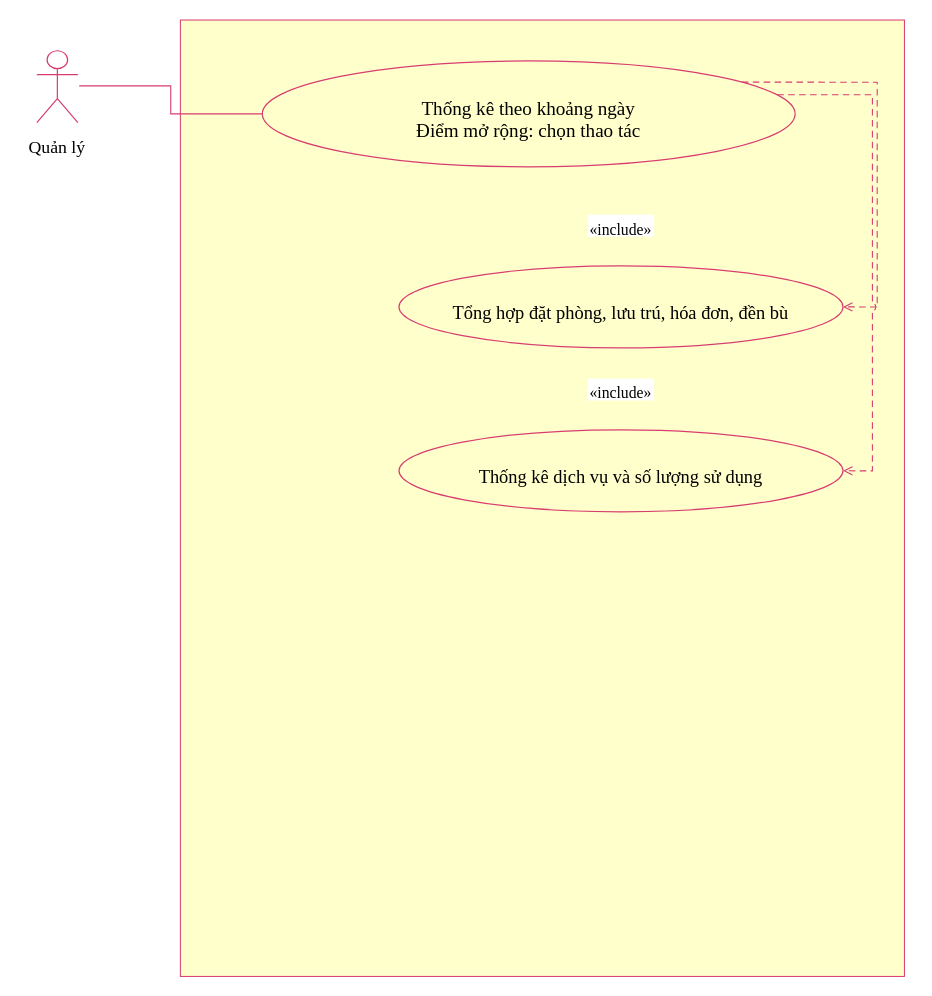
Earlier version of the draw.io diagram LAB3/UML/05_PhanRaThongKe.drawio (kanishere55/LAB_AT_OOSD). Source tidied: cells renumbered, new cells numbered last; positions are measured from the earlier drawing's top-left corner, leaving out a move shared by most shapes. Both pictures are drawn from the tidied source at 120%, with x=0, y=0 at pixel (26, 19).
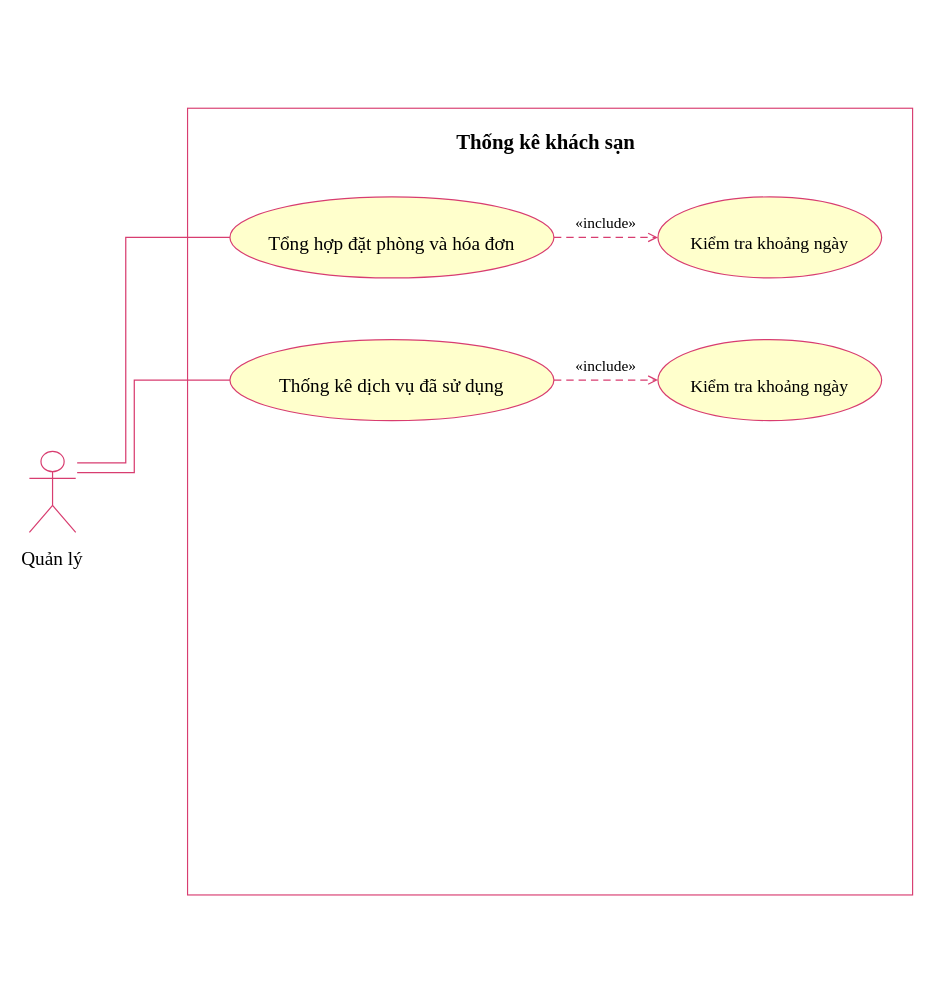
After the change.

Change to the diagram source:
```diff
@@
-    <mxCell id="2" style="group;html=0;" parent="1" vertex="1">
-      <mxGeometry x="7.1" y="25.2" width="36.4" height="59.8" as="geometry" />
-    </mxCell>
-    <mxCell id="3" style="shape=umlActor;fillColor=none;strokeColor=#d83d70;" parent="2" vertex="1">
-      <mxGeometry x="1.1" y="0.6" width="34.2" height="59.8" as="geometry" />
+    <mxCell id="3" style="rounded=0;arcSize=12;html=0;fillColor=none;strokeColor=#D83D70;strokeWidth=0.964;" parent="1" vertex="1">
+      <mxGeometry x="133.8" y="73.7" width="604.2" height="655.6" as="geometry" />
     </mxCell>
-    <mxCell id="4" value="Quản lý" style="text;html=0;strokeColor=none;fillColor=none;fontFamily=Times New Roman;fontColor=#000000;fontSize=14.801;fontStyle=0;align=center;verticalAlign=top;spacing=0;whiteSpace=nowrap;overflow=visible;" parent="2" vertex="1">
-      <mxGeometry x="-7.1" y="67.2" width="50.7" height="20.3" as="geometry" />
+    <mxCell id="4" value="Thống kê khách sạn" style="text;html=0;strokeColor=none;fillColor=none;fontFamily=Times New Roman;fontColor=#000000;fontSize=17.354;fontStyle=1;align=center;verticalAlign=top;spacing=0;whiteSpace=nowrap;overflow=visible;" parent="1" vertex="1">
+      <mxGeometry x="356.2" y="87.2" width="152.8" height="23.7" as="geometry" />
     </mxCell>
+    <mxCell id="2" style="group;html=0;" parent="1" vertex="1">
+      <mxGeometry x="0.7" y="359.1" width="41.1" height="67.5" as="geometry" />
+    </mxCell>
-    <mxCell id="5" style="rounded=0;arcSize=12;html=0;fillColor=#ffffcc;strokeColor=#d83d70;strokeWidth=0.854;" parent="1" vertex="1">
-      <mxGeometry x="127.8" y="0.2" width="603.4" height="797" as="geometry" />
+    <mxCell id="5" style="shape=umlActor;fillColor=none;strokeColor=#D83D70;" parent="2" vertex="1">
+      <mxGeometry x="1.3" y="0.6" width="38.6" height="67.5" as="geometry" />
     </mxCell>
-    <mxCell id="6" style="group;html=0;" parent="1" vertex="1">
-      <mxGeometry x="196.1" y="34.3" width="444" height="88.2" as="geometry" />
-    </mxCell>
-    <mxCell id="7" style="shape=ellipse;fillColor=#ffffcc;strokeColor=#d83d70;" parent="6" vertex="1">
-      <mxGeometry width="444" height="88.2" as="geometry" />
+    <mxCell id="7" value="Quản lý" style="text;html=0;strokeColor=none;fillColor=none;fontFamily=Times New Roman;fontColor=#000000;fontSize=16.069;fontStyle=0;align=center;verticalAlign=top;spacing=0;whiteSpace=nowrap;overflow=visible;" parent="2" vertex="1">
+      <mxGeometry x="-7" y="75.8" width="55.1" height="22.2" as="geometry" />
     </mxCell>
+    <mxCell id="10" style="group;html=0;" parent="1" vertex="1">
+      <mxGeometry x="169.1" y="147.6" width="270" height="67.5" as="geometry" />
+    </mxCell>
-    <mxCell id="8" value="Thống kê theo khoảng ngày&#10;Điểm mở rộng: chọn thao tác" style="text;html=0;strokeColor=none;fillColor=none;fontFamily=Times New Roman;fontColor=#000000;fontSize=15.940;fontStyle=0;align=center;verticalAlign=top;spacing=0;whiteSpace=nowrap;overflow=visible;" parent="6" vertex="1">
-      <mxGeometry x="126.9" y="25.3" width="190.3" height="40.5" as="geometry" />
+    <mxCell id="8" style="shape=ellipse;fillColor=#FFFFCC;strokeColor=#D83D70;" parent="10" vertex="1">
+      <mxGeometry width="270" height="67.5" as="geometry" />
     </mxCell>
-    <mxCell id="9" style="edgeStyle=none;noEdgeStyle=1;rounded=0;jumpStyle=arc;jumpSize=6;strokeColor=#d83d70;strokeWidth=0.911;endArrow=none;endFill=0;startArrow=none;startFill=1;exitX=1.0;exitY=0.5;exitPerimeter=0;entryX=0.0;entryY=0.5;entryPerimeter=0;" parent="1" edge="1" source="2" target="6">
-      <mxGeometry relative="1" as="geometry">
-        <Array as="points">
-          <mxPoint x="119.8" y="55.1" />
-          <mxPoint x="119.8" y="78.4" />
-        </Array>
-      </mxGeometry>
+    <mxCell id="9" value="Tổng hợp đặt phòng và hóa đơn" style="text;html=0;strokeColor=none;fillColor=none;fontFamily=Times New Roman;fontColor=#000000;fontSize=16.069;fontStyle=0;align=center;verticalAlign=top;spacing=0;whiteSpace=nowrap;overflow=visible;" parent="10" vertex="1">
+      <mxGeometry x="30.4" y="24.3" width="209.1" height="22.2" as="geometry" />
     </mxCell>
-    <mxCell id="10" style="group;html=0;" parent="1" vertex="1">
-      <mxGeometry x="310" y="205.1" width="370" height="68.3" as="geometry" />
-    </mxCell>
-    <mxCell id="11" style="shape=ellipse;fillColor=#ffffcc;strokeColor=#d83d70;" parent="10" vertex="1">
-      <mxGeometry width="370" height="68.3" as="geometry" />
+    <mxCell id="11" style="edgeStyle=none;noEdgeStyle=1;rounded=0;jumpStyle=arc;jumpSize=6;strokeColor=#D83D70;strokeWidth=1.028;endArrow=none;endFill=0;startArrow=none;startFill=1;" parent="1" edge="1">
+      <mxGeometry relative="1" as="geometry">
+        <mxPoint x="41.8" y="369.2" as="sourcePoint" />
+        <mxPoint x="169.1" y="181.4" as="targetPoint" />
+        <Array as="points">
+          <mxPoint x="82.3" y="369.2" />
+          <mxPoint x="82.3" y="181.4" />
+        </Array>
+      </mxGeometry>
     </mxCell>
+    <mxCell id="15" style="group;html=0;" parent="1" vertex="1">
+      <mxGeometry x="169.1" y="266.5" width="270" height="67.5" as="geometry" />
+    </mxCell>
-    <mxCell id="12" value="Tổng hợp đặt phòng, lưu trú, hóa đơn, đền bù" style="text;html=0;strokeColor=none;fillColor=none;fontFamily=Times New Roman;fontColor=#000000;fontSize=15.371;fontStyle=0;align=center;verticalAlign=top;spacing=0;whiteSpace=nowrap;overflow=visible;" parent="10" vertex="1">
-      <mxGeometry x="43.3" y="25.1" width="283.4" height="21" as="geometry" />
+    <mxCell id="12" style="shape=ellipse;fillColor=#FFFFCC;strokeColor=#D83D70;" parent="15" vertex="1">
+      <mxGeometry width="270" height="67.5" as="geometry" />
     </mxCell>
-    <mxCell id="13" style="edgeStyle=none;noEdgeStyle=1;rounded=0;jumpStyle=arc;jumpSize=6;strokeColor=#d83d70;strokeWidth=0.911;endArrow=open;endFill=0;startArrow=none;startFill=1;dashed=1;dashPattern=6 4;exitX=0.9;exitY=0.2;exitPerimeter=0;entryX=1.0;entryY=0.5;entryPerimeter=0;" parent="1" edge="1" source="6" target="10">
-      <mxGeometry relative="1" as="geometry">
-        <Array as="points">
-          <mxPoint x="708.5" y="52" />
-          <mxPoint x="708.5" y="239.3" />
-        </Array>
-      </mxGeometry>
+    <mxCell id="13" value="Thống kê dịch vụ đã sử dụng" style="text;html=0;strokeColor=none;fillColor=none;fontFamily=Times New Roman;fontColor=#000000;fontSize=16.069;fontStyle=0;align=center;verticalAlign=top;spacing=0;whiteSpace=nowrap;overflow=visible;" parent="15" vertex="1">
+      <mxGeometry x="39.5" y="24.3" width="190.9" height="22.2" as="geometry" />
     </mxCell>
-    <mxCell id="14" value="«include»" style="text;html=0;strokeColor=none;fillColor=#ffffff;fontFamily=Times New Roman;fontColor=#000000;fontSize=13.094;fontStyle=0;align=center;verticalAlign=top;spacing=0;whiteSpace=nowrap;overflow=visible;" parent="1" vertex="1">
-      <mxGeometry x="467.4" y="162.4" width="55.2" height="18.3" as="geometry" />
+    <mxCell id="14" style="edgeStyle=none;noEdgeStyle=1;rounded=0;jumpStyle=arc;jumpSize=6;strokeColor=#D83D70;strokeWidth=1.028;endArrow=none;endFill=0;startArrow=none;startFill=1;" parent="1" edge="1">
+      <mxGeometry relative="1" as="geometry">
+        <mxPoint x="41.8" y="377.3" as="sourcePoint" />
+        <mxPoint x="169.1" y="300.3" as="targetPoint" />
+        <Array as="points">
+          <mxPoint x="89.4" y="377.3" />
+          <mxPoint x="89.4" y="300.3" />
+        </Array>
+      </mxGeometry>
     </mxCell>
-    <mxCell id="15" style="group;html=0;" parent="1" vertex="1">
-      <mxGeometry x="310" y="341.7" width="370" height="68.3" as="geometry" />
-    </mxCell>
+    <mxCell id="20" style="group;html=0;" parent="1" vertex="1">
+      <mxGeometry x="525.8" y="147.6" width="186.4" height="67.5" as="geometry" />
+    </mxCell>
-    <mxCell id="16" style="shape=ellipse;fillColor=#ffffcc;strokeColor=#d83d70;" parent="15" vertex="1">
-      <mxGeometry width="370" height="68.3" as="geometry" />
+    <mxCell id="16" style="shape=ellipse;fillColor=#FFFFCC;strokeColor=#D83D70;" parent="20" vertex="1">
+      <mxGeometry width="186.4" height="67.5" as="geometry" />
     </mxCell>
-    <mxCell id="17" value="Thống kê dịch vụ và số lượng sử dụng" style="text;html=0;strokeColor=none;fillColor=none;fontFamily=Times New Roman;fontColor=#000000;fontSize=15.371;fontStyle=0;align=center;verticalAlign=top;spacing=0;whiteSpace=nowrap;overflow=visible;" parent="15" vertex="1">
-      <mxGeometry x="65" y="25.1" width="240.1" height="21" as="geometry" />
+    <mxCell id="17" value="Kiểm tra khoảng ngày" style="text;html=0;strokeColor=none;fillColor=none;fontFamily=Times New Roman;fontColor=#000000;fontSize=14.783;fontStyle=0;align=center;verticalAlign=top;spacing=0;whiteSpace=nowrap;overflow=visible;" parent="20" vertex="1">
+      <mxGeometry x="25.2" y="25" width="135.9" height="20.7" as="geometry" />
     </mxCell>
-    <mxCell id="18" style="edgeStyle=none;noEdgeStyle=1;rounded=0;jumpStyle=arc;jumpSize=6;strokeColor=#d83d70;strokeWidth=0.911;endArrow=open;endFill=0;startArrow=none;startFill=1;dashed=1;dashPattern=6 4;exitX=0.966476151587624;exitY=0.31999999999999995;exitPerimeter=0;entryX=1.0;entryY=0.5;entryPerimeter=0;" parent="1" edge="1" source="6" target="15">
-      <mxGeometry relative="1" as="geometry">
-        <Array as="points">
-          <mxPoint x="704.5" y="62.5" />
-          <mxPoint x="704.5" y="375.9" />
-        </Array>
-      </mxGeometry>
+    <mxCell id="18" style="edgeStyle=none;noEdgeStyle=1;rounded=0;jumpStyle=arc;jumpSize=6;strokeColor=#D83D70;strokeWidth=1.028;endArrow=open;endFill=0;startArrow=none;startFill=1;dashed=1;dashPattern=6 4;exitX=1.0;exitY=0.5;exitPerimeter=0;entryX=0.0;entryY=0.5;entryPerimeter=0;" parent="1" edge="1" source="10" target="20">
+      <mxGeometry relative="1" as="geometry" />
     </mxCell>
-    <mxCell id="19" value="«include»" style="text;html=0;strokeColor=none;fillColor=#ffffff;fontFamily=Times New Roman;fontColor=#000000;fontSize=13.094;fontStyle=0;align=center;verticalAlign=top;spacing=0;whiteSpace=nowrap;overflow=visible;" parent="1" vertex="1">
-      <mxGeometry x="467.4" y="299" width="55.2" height="18.3" as="geometry" />
+    <mxCell id="19" value="«include»" style="text;html=0;strokeColor=none;fillColor=#ffffff;fontFamily=Times New Roman;fontColor=#000000;fontSize=12.855;fontStyle=0;align=center;verticalAlign=top;spacing=0;whiteSpace=nowrap;overflow=visible;" parent="1" vertex="1">
+      <mxGeometry x="455.4" y="157.3" width="54.6" height="18.4" as="geometry" />
     </mxCell>
+    <mxCell id="21" style="group;html=0;" parent="1" vertex="1">
+      <mxGeometry x="525.8" y="266.5" width="186.4" height="67.5" as="geometry" />
+    </mxCell>
+    <mxCell id="22" style="shape=ellipse;fillColor=#FFFFCC;strokeColor=#D83D70;" parent="21" vertex="1">
+      <mxGeometry width="186.4" height="67.5" as="geometry" />
+    </mxCell>
+    <mxCell id="23" value="Kiểm tra khoảng ngày" style="text;html=0;strokeColor=none;fillColor=none;fontFamily=Times New Roman;fontColor=#000000;fontSize=14.783;fontStyle=0;align=center;verticalAlign=top;spacing=0;whiteSpace=nowrap;overflow=visible;" parent="21" vertex="1">
+      <mxGeometry x="25.2" y="25" width="135.9" height="20.7" as="geometry" />
+    </mxCell>
+    <mxCell id="24" style="edgeStyle=none;noEdgeStyle=1;rounded=0;jumpStyle=arc;jumpSize=6;strokeColor=#D83D70;strokeWidth=1.028;endArrow=open;endFill=0;startArrow=none;startFill=1;dashed=1;dashPattern=6 4;exitX=1.0;exitY=0.5;exitPerimeter=0;entryX=0.0;entryY=0.5;entryPerimeter=0;" parent="1" edge="1" source="15" target="21">
+      <mxGeometry relative="1" as="geometry" />
+    </mxCell>
+    <mxCell id="25" value="«include»" style="text;html=0;strokeColor=none;fillColor=#ffffff;fontFamily=Times New Roman;fontColor=#000000;fontSize=12.855;fontStyle=0;align=center;verticalAlign=top;spacing=0;whiteSpace=nowrap;overflow=visible;" parent="1" vertex="1">
+      <mxGeometry x="455.4" y="276.2" width="54.6" height="18.4" as="geometry" />
+    </mxCell>
```
